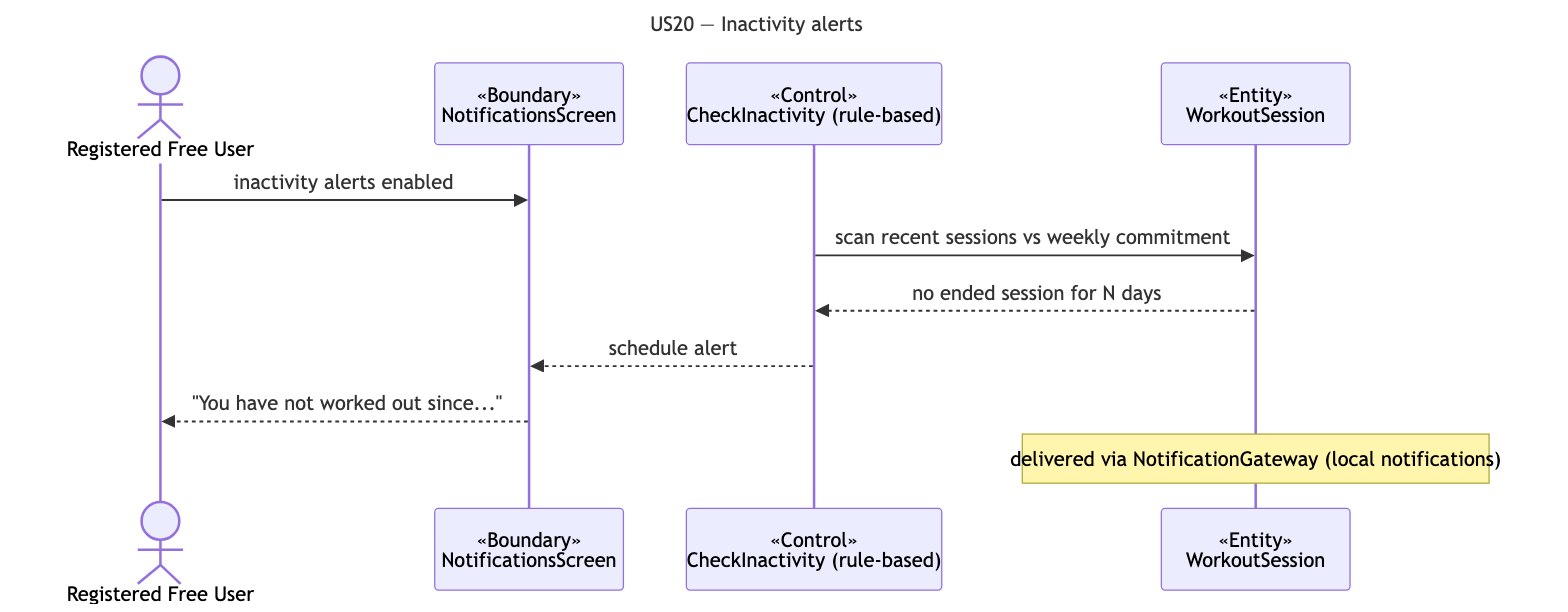
The Mermaid diagram docs/deliverables/sequence-diagrams/US20-inactivity-alerts.png in cyuanjun/FYP-26-S2-37-app, before a commit. Its source is kept beside it as docs/deliverables/sequence-diagrams/src/US20-inactivity-alerts.mmd.
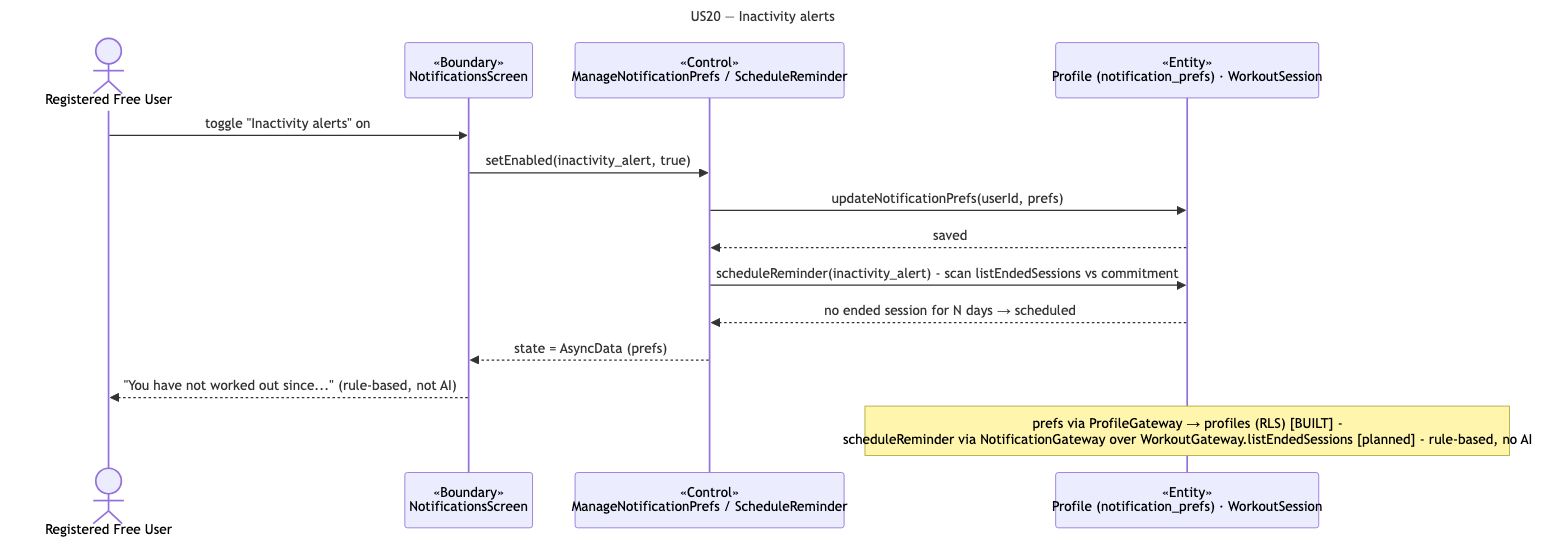
After the change.

Change to the diagram source:
```diff
@@ -4,11 +4,14 @@
 sequenceDiagram
   actor A as Registered Free User
   participant B as «Boundary»<br/>NotificationsScreen
-  participant C as «Control»<br/>CheckInactivity (rule-based)
-  participant E as «Entity»<br/>WorkoutSession
-  A->>B: inactivity alerts enabled
-  C->>E: scan recent sessions vs weekly commitment
-  E-->>C: no ended session for N days
-  C-->>B: schedule alert
-  B-->>A: "You have not worked out since..."
-  note over E: delivered via NotificationGateway (local notifications)
+  participant C as «Control»<br/>ManageNotificationPrefs / ScheduleReminder
+  participant E as «Entity»<br/>Profile (notification_prefs) · WorkoutSession
+  A->>B: toggle "Inactivity alerts" on
+  B->>C: setEnabled(inactivity_alert, true)
+  C->>E: updateNotificationPrefs(userId, prefs)
+  E-->>C: saved
+  C->>E: scheduleReminder(inactivity_alert) - scan listEndedSessions vs commitment
+  E-->>C: no ended session for N days → scheduled
+  C-->>B: state = AsyncData (prefs)
+  B-->>A: "You have not worked out since..." (rule-based, not AI)
+  note over E: prefs via ProfileGateway → profiles (RLS) [BUILT] -<br/>scheduleReminder via NotificationGateway over WorkoutGateway.listEndedSessions [planned] - rule-based, no AI
```
